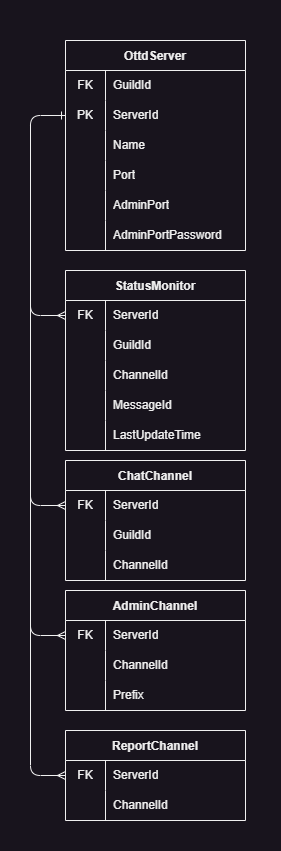
Earlier version of the draw.io export docs/database.drawio.png (shoter/OpenttdDiscord). Source tidied: cells renumbered, new cells last; positions are measured from the earlier drawing's top-left corner, leaving out a move shared by most shapes.
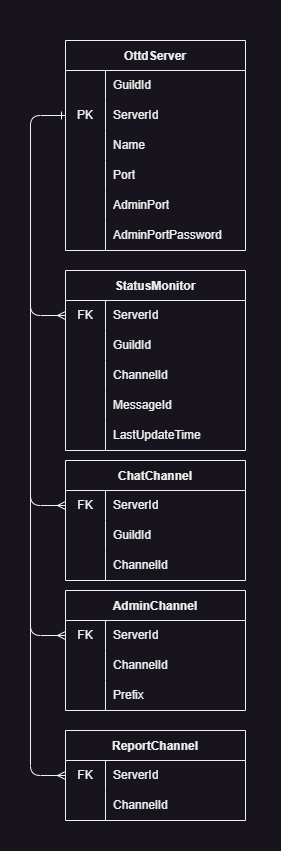
The same file after the commit.

The edit, as a diff of the source:
```diff
@@ -11,7 +11,7 @@
     <mxCell id="4" style="shape=tableRow;horizontal=0;startSize=0;swimlaneHead=0;swimlaneBody=0;top=0;left=0;bottom=0;right=0;fillColor=none;fontColor=#F0F0F0;strokeColor=#F0F0F0;" parent="3" vertex="1">
       <mxGeometry y="30" width="180" height="30" as="geometry" />
     </mxCell>
-    <mxCell id="5" value="FK" style="shape=partialRectangle;html=1;whiteSpace=wrap;fillColor=none;top=0;left=0;bottom=0;right=0;overflow=hidden;fontColor=#F0F0F0;strokeColor=#F0F0F0;" parent="4" vertex="1">
+    <mxCell id="5" style="shape=partialRectangle;html=1;whiteSpace=wrap;fillColor=none;top=0;left=0;bottom=0;right=0;overflow=hidden;fontColor=#F0F0F0;strokeColor=#F0F0F0;" parent="4" vertex="1">
       <mxGeometry width="40" height="30" as="geometry" />
     </mxCell>
     <mxCell id="6" value="GuildId" style="shape=partialRectangle;html=1;whiteSpace=wrap;fillColor=none;top=0;left=0;bottom=0;right=0;align=left;spacingLeft=6;overflow=hidden;labelBackgroundColor=none;labelBorderColor=none;fontColor=#F0F0F0;strokeColor=#F0F0F0;" parent="4" vertex="1">
```
